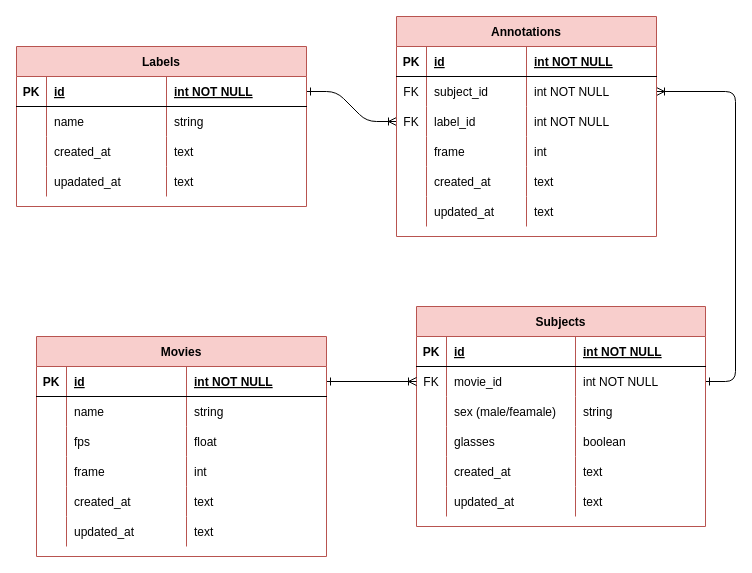
yunosuke068/AnnotationGUI keeps this draw.io diagram as ER.drawio. Above is the earlier version. Source tidied: cells renumbered, new cells numbered last; positions are measured from the earlier drawing's top-left corner, leaving out a move shared by most shapes. Both pictures are drawn from the tidied source at 100%, with x=0, y=0 at pixel (16, 16).
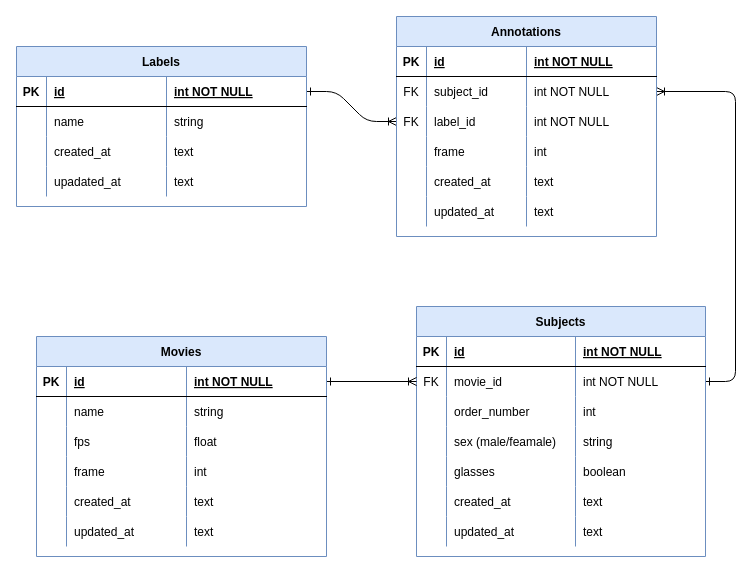
The same page after the edit.

Commit message:
ER.drawio を更新します

What changed in the source:
```diff
@@
-    <mxCell id="4" value="Annotations" style="shape=table;startSize=30;childLayout=tableLayout;rowLines=0;fontStyle=1;align=center;fillColor=#f8cecc;strokeColor=#b85450;" parent="1" vertex="1">
+    <mxCell id="4" value="Annotations" style="shape=table;startSize=30;childLayout=tableLayout;rowLines=0;fontStyle=1;align=center;fillColor=#dae8fc;strokeColor=#6c8ebf;" parent="1" vertex="1">
       <mxGeometry x="380" width="260" height="220" as="geometry" />
     </mxCell>
@@
-    <mxCell id="29" value="Subjects" style="shape=table;startSize=30;childLayout=tableLayout;rowLines=0;fontStyle=1;align=center;fillColor=#f8cecc;strokeColor=#b85450;" parent="1" vertex="1">
-      <mxGeometry x="400" y="290" width="289" height="220" as="geometry" />
+    <mxCell id="29" value="Subjects" style="shape=table;startSize=30;childLayout=tableLayout;rowLines=0;fontStyle=1;align=center;fillColor=#dae8fc;strokeColor=#6c8ebf;" parent="1" vertex="1">
+      <mxGeometry x="400" y="290" width="289" height="250" as="geometry" />
     </mxCell>
@@
+    <mxCell id="97" style="shape=partialRectangle;fillColor=none;top=0;left=0;right=0;bottom=0;" parent="29" vertex="1">
+      <mxGeometry y="90" width="289" height="30" as="geometry" />
+    </mxCell>
+    <mxCell id="98" style="shape=partialRectangle;overflow=hidden;fillColor=none;top=0;left=0;bottom=0;right=0;" parent="97" vertex="1">
+      <mxGeometry width="30" height="30" as="geometry" />
+    </mxCell>
+    <mxCell id="99" value="order_number" style="shape=partialRectangle;overflow=hidden;fillColor=none;top=0;left=0;bottom=0;right=0;align=left;spacingLeft=6;" parent="97" vertex="1">
+      <mxGeometry x="30" width="129" height="30" as="geometry" />
+    </mxCell>
+    <mxCell id="100" value="int" style="shape=partialRectangle;overflow=hidden;fillColor=none;top=0;left=0;bottom=0;right=0;align=left;spacingLeft=6;" parent="97" vertex="1">
+      <mxGeometry x="159" width="130" height="30" as="geometry" />
+    </mxCell>
     <mxCell id="38" style="shape=partialRectangle;fillColor=none;top=0;left=0;right=0;bottom=0;" parent="29" vertex="1">
-      <mxGeometry y="90" width="289" height="30" as="geometry" />
+      <mxGeometry y="120" width="289" height="30" as="geometry" />
     </mxCell>
@@
     <mxCell id="42" style="shape=partialRectangle;fillColor=none;top=0;left=0;right=0;bottom=0;" parent="29" vertex="1">
-      <mxGeometry y="120" width="289" height="30" as="geometry" />
+      <mxGeometry y="150" width="289" height="30" as="geometry" />
     </mxCell>
@@
     <mxCell id="46" style="shape=partialRectangle;fillColor=none;top=0;left=0;right=0;bottom=0;" parent="29" vertex="1">
-      <mxGeometry y="150" width="289" height="30" as="geometry" />
+      <mxGeometry y="180" width="289" height="30" as="geometry" />
     </mxCell>
@@
     <mxCell id="50" style="shape=partialRectangle;fillColor=none;top=0;left=0;right=0;bottom=0;" parent="29" vertex="1">
-      <mxGeometry y="180" width="289" height="30" as="geometry" />
+      <mxGeometry y="210" width="289" height="30" as="geometry" />
     </mxCell>
@@
-    <mxCell id="54" value="Labels" style="shape=table;startSize=30;childLayout=tableLayout;rowLines=0;fontStyle=1;align=center;fillColor=#f8cecc;strokeColor=#b85450;" parent="1" vertex="1">
+    <mxCell id="54" value="Labels" style="shape=table;startSize=30;childLayout=tableLayout;rowLines=0;fontStyle=1;align=center;fillColor=#dae8fc;strokeColor=#6c8ebf;" parent="1" vertex="1">
       <mxGeometry y="30" width="290" height="160" as="geometry" />
     </mxCell>
@@
-    <mxCell id="72" value="Movies" style="shape=table;startSize=30;childLayout=tableLayout;rowLines=0;fontStyle=1;align=center;fillColor=#f8cecc;strokeColor=#b85450;" parent="1" vertex="1">
+    <mxCell id="72" value="Movies" style="shape=table;startSize=30;childLayout=tableLayout;rowLines=0;fontStyle=1;align=center;fillColor=#dae8fc;strokeColor=#6c8ebf;" parent="1" vertex="1">
       <mxGeometry x="20" y="320" width="290" height="220" as="geometry" />
     </mxCell>
```
